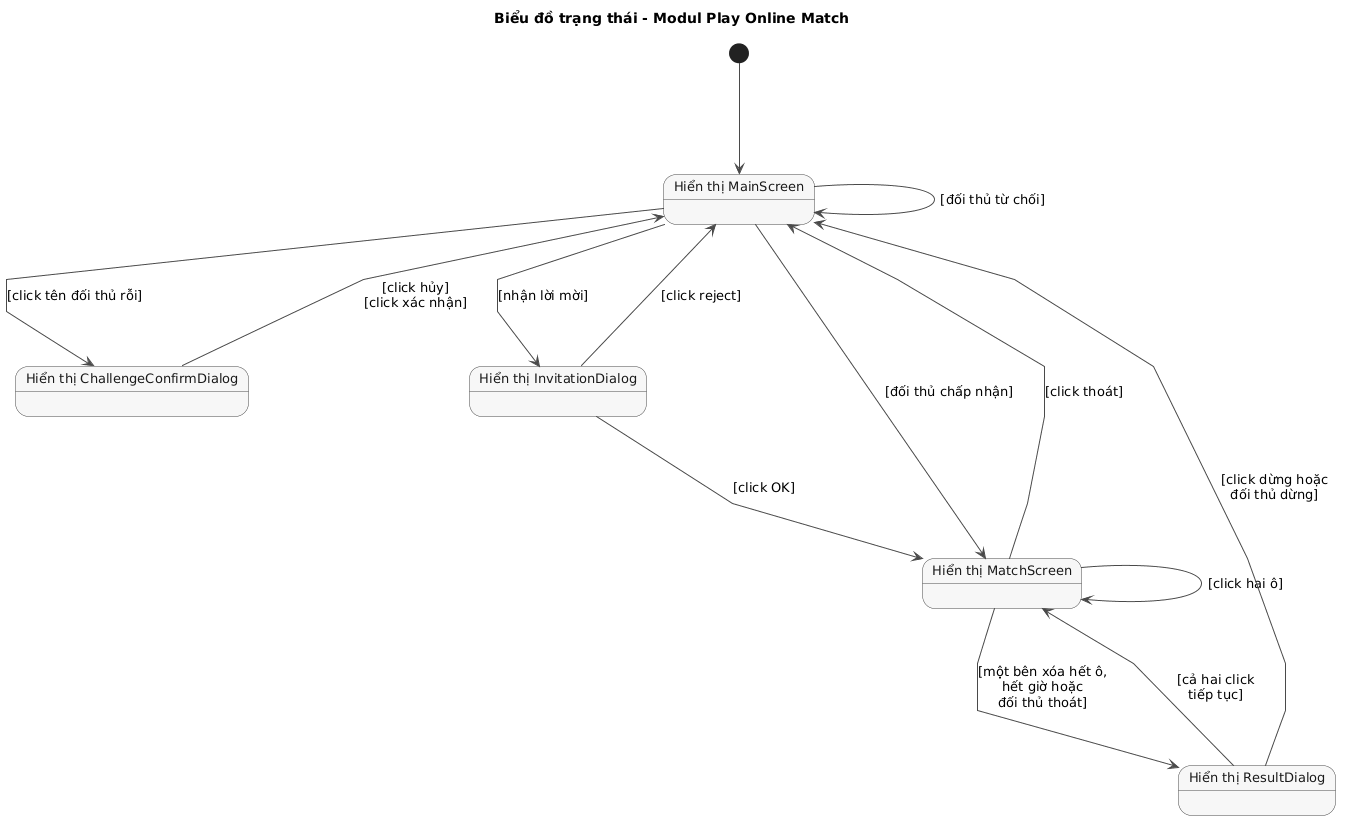
VattenL/mobile-pikachu keeps this PlantUML diagram as docs/uml/pha2/state-m3.png. Above is the earlier version.
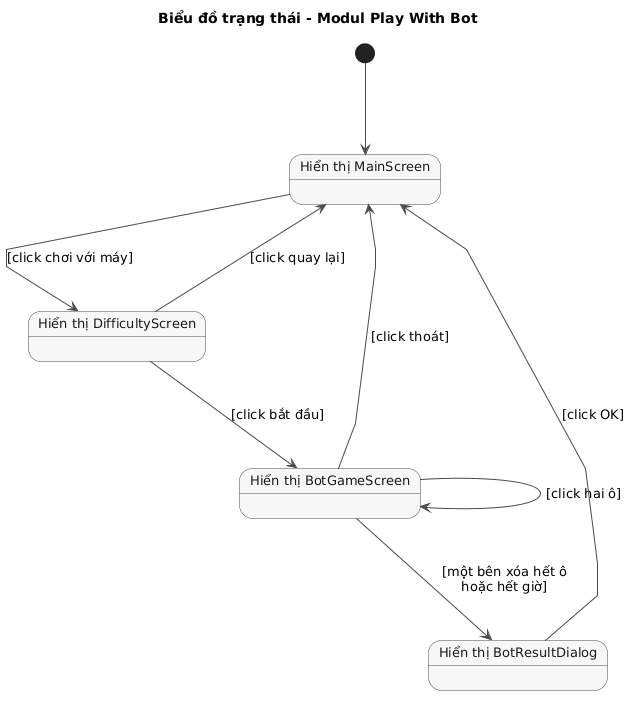
After the change.

Change to the diagram source:
```diff
@@ -1,11 +1,11 @@
 @startuml
-title Biểu đồ trạng thái - Modul Play Online Match
+title Biểu đồ trạng thái - Modul Play With Bot
 
 skinparam shadowing false
 skinparam linetype polyline
 skinparam defaultFontSize 13
 skinparam nodesep 120
-skinparam ranksep 110
+skinparam ranksep 90
 skinparam state {
   BackgroundColor #F7F7F7
   BorderColor #4A4A4A
@@ -14,22 +14,16 @@
 }
 
 state "Hiển thị MainScreen" as Main
-state "Hiển thị ChallengeConfirmDialog" as Confirm
-state "Hiển thị InvitationDialog" as Invitation
-state "Hiển thị MatchScreen" as Match
-state "Hiển thị ResultDialog" as Result
+state "Hiển thị DifficultyScreen" as Difficulty
+state "Hiển thị BotGameScreen" as Game
+state "Hiển thị BotResultDialog" as Result
 
 [*] --> Main
-Main --> Confirm : [click tên đối thủ rỗi]
-Confirm --> Main : [click hủy]\n[click xác nhận]
-Main --> Main : [đối thủ từ chối]
-Main --> Invitation : [nhận lời mời]
-Invitation --> Main : [click reject]
-Invitation --> Match : [click OK]
-Main --> Match : [đối thủ chấp nhận]
-Match --> Match : [click hai ô]
-Match --> Main : [click thoát]
-Match --> Result : [một bên xóa hết ô,\nhết giờ hoặc\nđối thủ thoát]
-Result --> Match : [cả hai click\ntiếp tục]
-Result --> Main : [click dừng hoặc\nđối thủ dừng]
+Main --> Difficulty : [click chơi với máy]
+Difficulty --> Main : [click quay lại]
+Difficulty --> Game : [click bắt đầu]
+Game --> Game : [click hai ô]
+Game --> Main : [click thoát]
+Game --> Result : [một bên xóa hết ô\nhoặc hết giờ]
+Result --> Main : [click OK]
 @enduml
```
